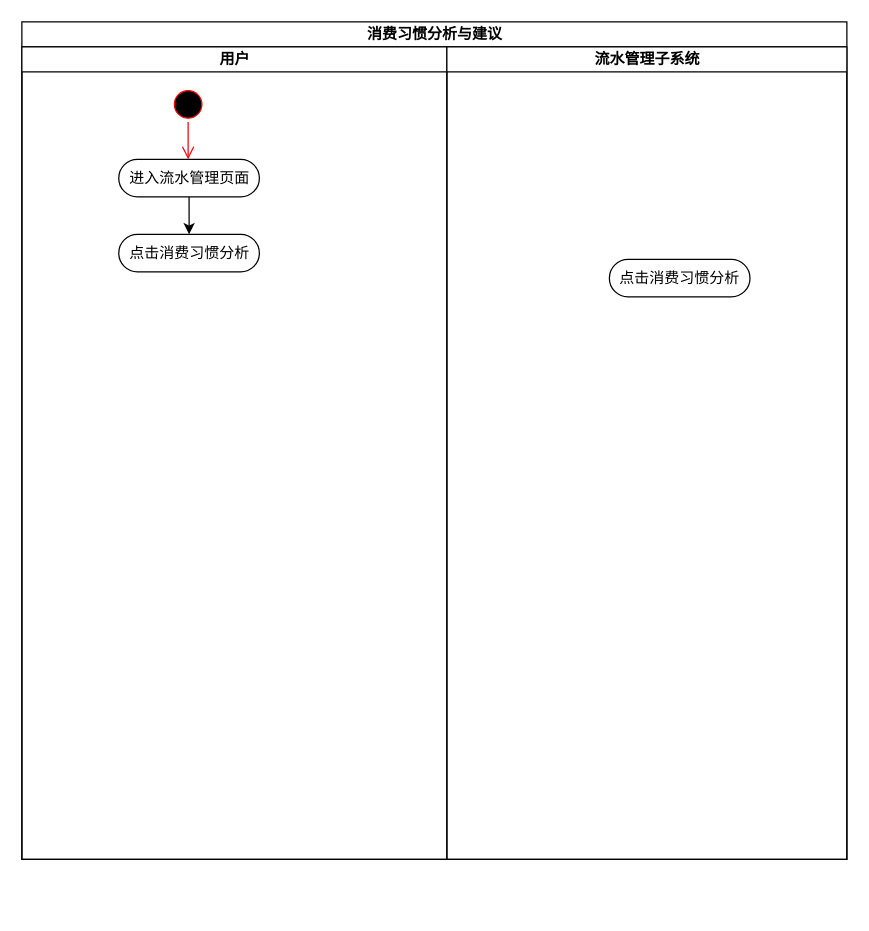
PomeloLemon/SoftwareDiagrams keeps this draw.io diagram as 消费分析与建议活动图.drawio. Above is the earlier version. Source tidied: cells renumbered, new cells numbered last; positions are measured from the earlier drawing's top-left corner, leaving out a move shared by most shapes. Both pictures are drawn from the tidied source at 125%, with x=0, y=0 at pixel (21, 21).
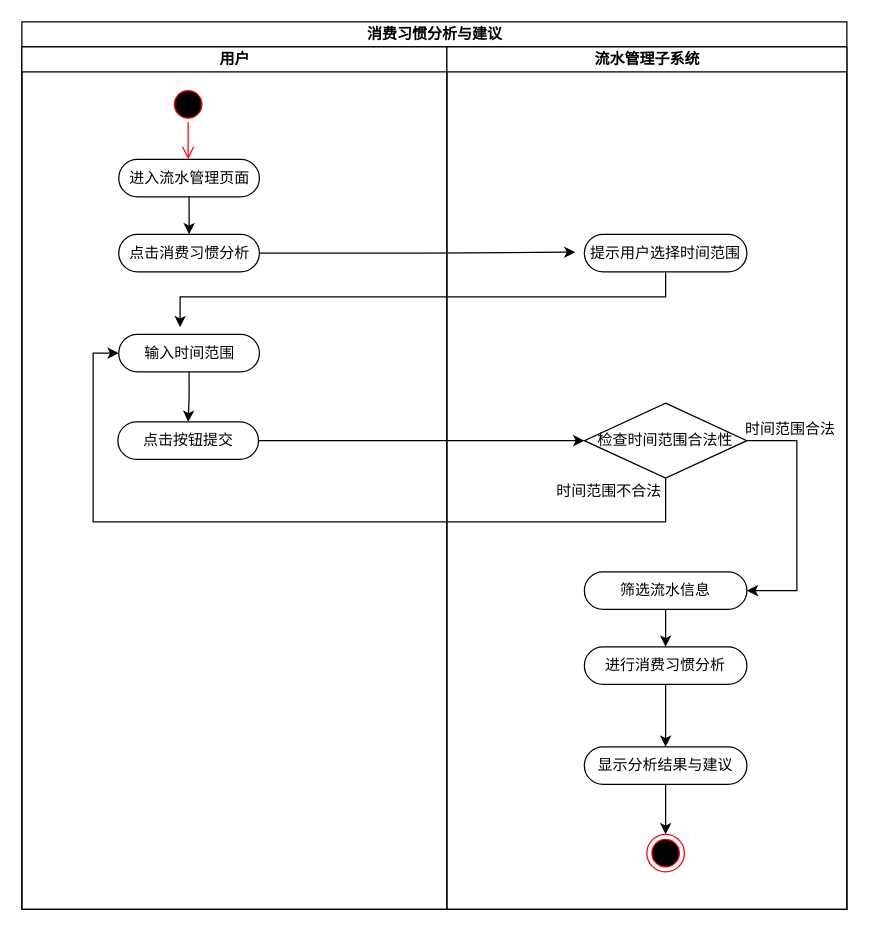
The same page after the edit.

Commit message (it also covers changes not shown here):
更新消费分析与建议活动图.drawio

The change refers to these unchanged cells:
```xml
<mxCell id="8" value="点击消费习惯分析" style="rounded=1;whiteSpace=wrap;html=1;shadow=0;comic=0;labelBackgroundColor=none;strokeWidth=1;fontFamily=Verdana;fontSize=12;align=center;arcSize=50;" parent="3" vertex="1">
  <mxGeometry x="77.5" y="150" width="112.5" height="30" as="geometry" />
</mxCell>
```

The edit, as a diff of the source:
```diff
@@
     <mxCell id="2" value="消费习惯分析与建议" style="swimlane;startSize=20;html=1;" parent="1" vertex="1">
-      <mxGeometry width="660" height="670" as="geometry" />
+      <mxGeometry width="660" height="710" as="geometry" />
     </mxCell>
     <mxCell id="3" value="用户" style="swimlane;startSize=20;html=1;" parent="2" vertex="1">
-      <mxGeometry y="20" width="340" height="650" as="geometry" />
+      <mxGeometry y="20" width="340" height="690" as="geometry" />
     </mxCell>
@@
+    <mxCell id="11" style="edgeStyle=orthogonalEdgeStyle;rounded=0;jettySize=auto;html=1;exitX=0.5;exitY=1;exitDx=0;exitDy=0;entryX=0.5;entryY=0;entryDx=0;entryDy=0;" parent="3" edge="1" source="12" target="13">
+      <mxGeometry relative="1" as="geometry" />
+    </mxCell>
+    <mxCell id="12" value="输入时间范围" style="rounded=1;whiteSpace=wrap;html=1;shadow=0;comic=0;labelBackgroundColor=none;strokeWidth=1;fontFamily=Verdana;fontSize=12;align=center;arcSize=50;" parent="3" vertex="1">
+      <mxGeometry x="77.5" y="230" width="112.5" height="30" as="geometry" />
+    </mxCell>
+    <mxCell id="13" value="点击按钮提交" style="rounded=1;whiteSpace=wrap;html=1;shadow=0;comic=0;labelBackgroundColor=none;strokeWidth=1;fontFamily=Verdana;fontSize=12;align=center;arcSize=50;" parent="3" vertex="1">
+      <mxGeometry x="76.8" y="300" width="112.5" height="30" as="geometry" />
+    </mxCell>
+    <mxCell id="14" style="edgeStyle=orthogonalEdgeStyle;rounded=0;jettySize=auto;html=1;entryX=-0.055;entryY=0.474;entryDx=0;entryDy=0;entryPerimeter=0;" parent="2" edge="1" source="8" target="10">
+      <mxGeometry relative="1" as="geometry" />
+    </mxCell>
+    <mxCell id="15" style="edgeStyle=orthogonalEdgeStyle;rounded=0;jettySize=auto;html=1;entryX=0.436;entryY=-0.192;entryDx=0;entryDy=0;entryPerimeter=0;" parent="2" edge="1" source="10" target="12">
+      <mxGeometry relative="1" as="geometry">
+        <Array as="points">
+          <mxPoint x="515" y="220" />
+          <mxPoint x="127" y="220" />
+        </Array>
+      </mxGeometry>
+    </mxCell>
+    <mxCell id="16" style="edgeStyle=orthogonalEdgeStyle;rounded=0;jettySize=auto;html=1;entryX=0;entryY=0.5;entryDx=0;entryDy=0;" parent="2" edge="1" source="13" target="19">
+      <mxGeometry relative="1" as="geometry" />
+    </mxCell>
+    <mxCell id="17" style="edgeStyle=orthogonalEdgeStyle;rounded=0;jettySize=auto;html=1;entryX=0;entryY=0.5;entryDx=0;entryDy=0;" parent="2" edge="1" source="19" target="12">
+      <mxGeometry relative="1" as="geometry">
+        <Array as="points">
+          <mxPoint x="515" y="400" />
+          <mxPoint x="57" y="400" />
+          <mxPoint x="57" y="265" />
+        </Array>
+      </mxGeometry>
+    </mxCell>
     <mxCell id="9" value="流水管理子系统" style="swimlane;startSize=20;html=1;" parent="2" vertex="1">
-      <mxGeometry x="340" y="20" width="320" height="650" as="geometry" />
+      <mxGeometry x="340" y="20" width="320" height="690" as="geometry" />
     </mxCell>
-    <mxCell id="10" value="点击消费习惯分析" style="rounded=1;whiteSpace=wrap;html=1;shadow=0;comic=0;labelBackgroundColor=none;strokeWidth=1;fontFamily=Verdana;fontSize=12;align=center;arcSize=50;" parent="9" vertex="1">
-      <mxGeometry x="130" y="170" width="112.5" height="30" as="geometry" />
+    <mxCell id="10" value="提示用户选择时间范围" style="rounded=1;whiteSpace=wrap;html=1;shadow=0;comic=0;labelBackgroundColor=none;strokeWidth=1;fontFamily=Verdana;fontSize=12;align=center;arcSize=50;" parent="9" vertex="1">
+      <mxGeometry x="110" y="150" width="130" height="30" as="geometry" />
     </mxCell>
+    <mxCell id="18" style="edgeStyle=orthogonalEdgeStyle;rounded=0;jettySize=auto;html=1;entryX=1;entryY=0.5;entryDx=0;entryDy=0;" parent="9" edge="1" source="19" target="22">
+      <mxGeometry relative="1" as="geometry">
+        <Array as="points">
+          <mxPoint x="280" y="315" />
+          <mxPoint x="280" y="435" />
+        </Array>
+      </mxGeometry>
+    </mxCell>
+    <mxCell id="19" value="检查时间范围合法性" style="rhombus;whiteSpace=wrap;html=1;" parent="9" vertex="1">
+      <mxGeometry x="110" y="285" width="130" height="60" as="geometry" />
+    </mxCell>
+    <mxCell id="20" value="时间范围不合法" style="text;html=1;strokeColor=none;fillColor=none;align=center;verticalAlign=middle;whiteSpace=wrap;rounded=0;" parent="9" vertex="1">
+      <mxGeometry x="85" y="341" width="90" height="30" as="geometry" />
+    </mxCell>
+    <mxCell id="21" style="edgeStyle=orthogonalEdgeStyle;rounded=0;jettySize=auto;html=1;exitX=0.5;exitY=1;exitDx=0;exitDy=0;entryX=0.5;entryY=0;entryDx=0;entryDy=0;" parent="9" edge="1" source="22" target="25">
+      <mxGeometry relative="1" as="geometry" />
+    </mxCell>
+    <mxCell id="22" value="筛选流水信息" style="rounded=1;whiteSpace=wrap;html=1;shadow=0;comic=0;labelBackgroundColor=none;strokeWidth=1;fontFamily=Verdana;fontSize=12;align=center;arcSize=50;" parent="9" vertex="1">
+      <mxGeometry x="110" y="420" width="130" height="30" as="geometry" />
+    </mxCell>
+    <mxCell id="23" value="时间范围合法" style="text;html=1;strokeColor=none;fillColor=none;align=center;verticalAlign=middle;whiteSpace=wrap;rounded=0;" parent="9" vertex="1">
+      <mxGeometry x="230" y="291" width="90" height="30" as="geometry" />
+    </mxCell>
+    <mxCell id="24" style="edgeStyle=orthogonalEdgeStyle;rounded=0;jettySize=auto;html=1;exitX=0.5;exitY=1;exitDx=0;exitDy=0;entryX=0.5;entryY=0;entryDx=0;entryDy=0;" parent="9" edge="1" source="25" target="27">
+      <mxGeometry relative="1" as="geometry" />
+    </mxCell>
+    <mxCell id="25" value="进行消费习惯分析" style="rounded=1;whiteSpace=wrap;html=1;shadow=0;comic=0;labelBackgroundColor=none;strokeWidth=1;fontFamily=Verdana;fontSize=12;align=center;arcSize=50;" parent="9" vertex="1">
+      <mxGeometry x="110" y="480" width="130" height="30" as="geometry" />
+    </mxCell>
+    <mxCell id="26" style="edgeStyle=orthogonalEdgeStyle;rounded=0;jettySize=auto;html=1;entryX=0.5;entryY=0;entryDx=0;entryDy=0;" parent="9" edge="1" source="27" target="28">
+      <mxGeometry relative="1" as="geometry" />
+    </mxCell>
+    <mxCell id="27" value="显示分析结果与建议" style="rounded=1;whiteSpace=wrap;html=1;shadow=0;comic=0;labelBackgroundColor=none;strokeWidth=1;fontFamily=Verdana;fontSize=12;align=center;arcSize=50;" parent="9" vertex="1">
+      <mxGeometry x="110" y="560" width="130" height="30" as="geometry" />
+    </mxCell>
+    <mxCell id="28" style="ellipse;html=1;shape=endState;fillColor=#000000;strokeColor=#ff0000;" parent="9" vertex="1">
+      <mxGeometry x="160" y="630" width="30" height="30" as="geometry" />
+    </mxCell>
```
